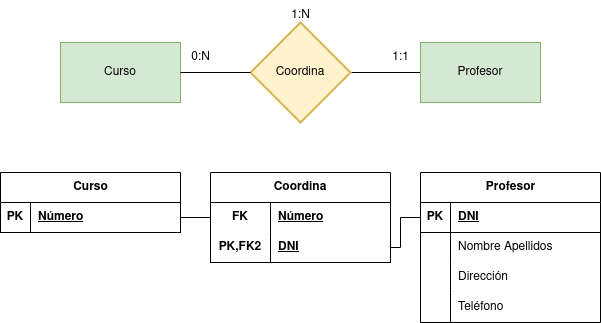
Above: tareas 1/Ejercicio calificable docente (MR-2).drawio.png in GermanOjeda/base-datos (draw.io), before the change. Source tidied: cells renumbered, new cells last; positions are measured from the earlier drawing's top-left corner, leaving out a move shared by most shapes.
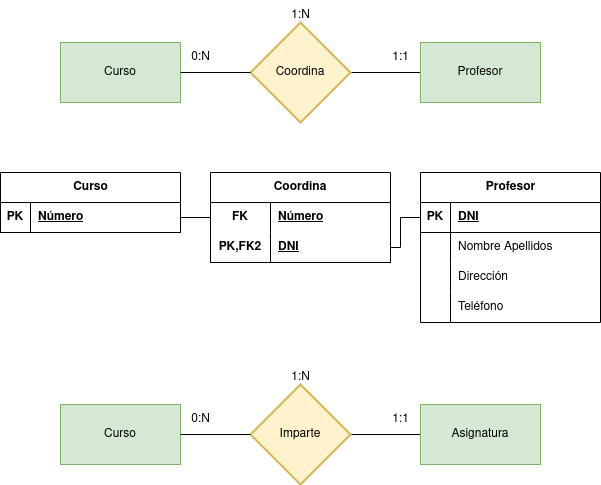
The same diagram one commit later.

Change to the diagram source:
```diff
@@ -104,5 +104,29 @@
     <mxCell id="35" style="edgeStyle=orthogonalEdgeStyle;rounded=0;jettySize=auto;html=1;exitX=0;exitY=0.5;exitDx=0;exitDy=0;entryX=1;entryY=0.5;entryDx=0;entryDy=0;endArrow=none;endFill=0;" parent="1" edge="1" source="15" target="31">
       <mxGeometry relative="1" as="geometry" />
     </mxCell>
+    <mxCell id="36" value="Curso" style="rounded=0;whiteSpace=wrap;html=1;fillColor=#d5e8d4;strokeColor=#82b366;" parent="1" vertex="1">
+      <mxGeometry x="60" y="404" width="120" height="60" as="geometry" />
+    </mxCell>
+    <mxCell id="37" style="edgeStyle=orthogonalEdgeStyle;rounded=0;jettySize=auto;html=1;exitX=1;exitY=0.5;exitDx=0;exitDy=0;exitPerimeter=0;entryX=0;entryY=0.5;entryDx=0;entryDy=0;endArrow=none;endFill=0;" parent="1" edge="1" source="38" target="39">
+      <mxGeometry relative="1" as="geometry" />
+    </mxCell>
+    <mxCell id="38" value="Imparte" style="strokeWidth=2;html=1;shape=mxgraph.flowchart.decision;whiteSpace=wrap;fillColor=#fff2cc;strokeColor=#d6b656;" parent="1" vertex="1">
+      <mxGeometry x="250" y="384" width="100" height="100" as="geometry" />
+    </mxCell>
+    <mxCell id="39" value="Asignatura" style="rounded=0;whiteSpace=wrap;html=1;fillColor=#d5e8d4;strokeColor=#82b366;" parent="1" vertex="1">
+      <mxGeometry x="420" y="404" width="120" height="60" as="geometry" />
+    </mxCell>
+    <mxCell id="40" style="rounded=0;jettySize=auto;html=1;exitX=1;exitY=0.5;exitDx=0;exitDy=0;entryX=0;entryY=0.5;entryDx=0;entryDy=0;entryPerimeter=0;endArrow=none;endFill=0;" parent="1" edge="1" source="36" target="38">
+      <mxGeometry relative="1" as="geometry" />
+    </mxCell>
+    <mxCell id="41" value="0:N" style="text;html=1;align=center;verticalAlign=middle;strokeColor=none;fillColor=none;" parent="1" vertex="1">
+      <mxGeometry x="180" y="404" width="40" height="30" as="geometry" />
+    </mxCell>
+    <mxCell id="42" value="1:1" style="text;html=1;align=center;verticalAlign=middle;strokeColor=none;fillColor=none;" parent="1" vertex="1">
+      <mxGeometry x="380" y="404" width="40" height="30" as="geometry" />
+    </mxCell>
+    <mxCell id="43" value="1:N" style="text;html=1;align=center;verticalAlign=middle;strokeColor=none;fillColor=none;" parent="1" vertex="1">
+      <mxGeometry x="280" y="362" width="40" height="30" as="geometry" />
+    </mxCell>
   </root>
 </mxGraphModel>
```
